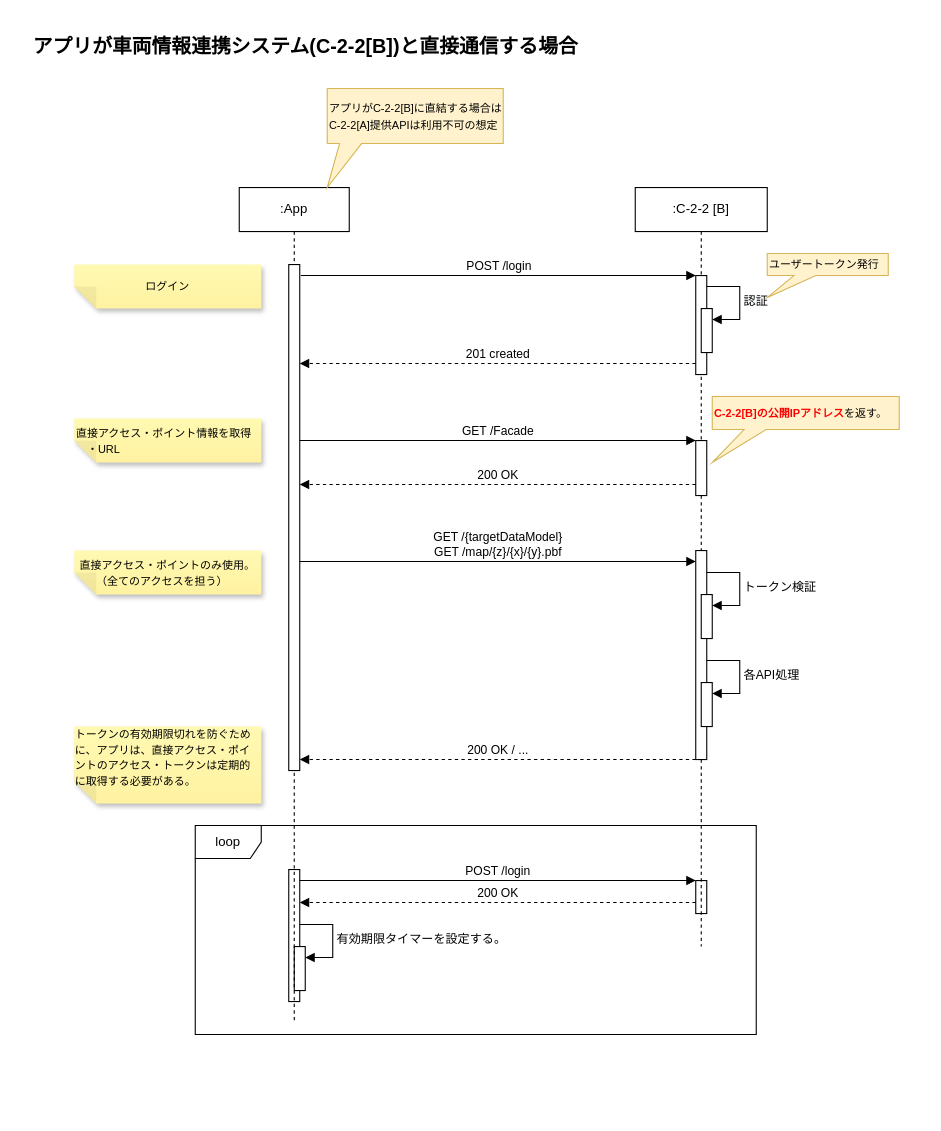
This is page "C-2-2[B]直結時のシーケンス" (2 of 5) of models/c-2-2-api-sequences.drawio from Sportacandy/C-2-2API, a draw.io file, before an edit. Source tidied: cells renumbered, new cells numbered last; positions are measured from the earlier drawing's top-left corner, leaving out a move shared by most shapes. Both pictures are drawn from the tidied source at 110%, with x=0, y=0 at pixel (19, 22).
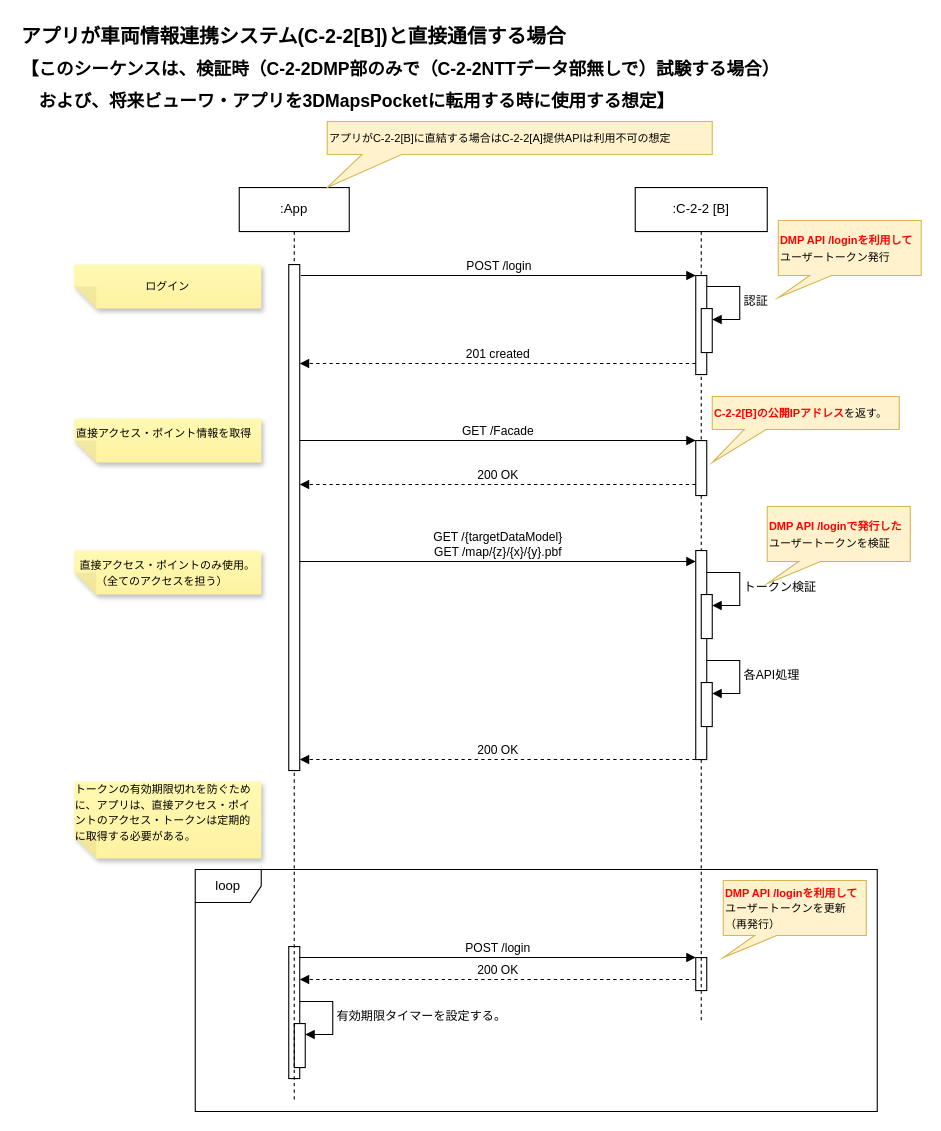
After the change.

Diff of the diagram source:
```diff
@@
     <mxCell id="2" style="html=1;points=[[0,0,0,0,5],[0,1,0,0,-5],[1,0,0,0,5],[1,1,0,0,-5]];perimeter=orthogonalPerimeter;outlineConnect=0;targetShapes=umlLifeline;portConstraint=eastwest;newEdgeStyle={&quot;curved&quot;:0,&quot;rounded&quot;:0};" parent="1" vertex="1">
-      <mxGeometry x="245" y="770" width="10" height="120" as="geometry" />
+      <mxGeometry x="245" y="840" width="10" height="120" as="geometry" />
     </mxCell>
     <mxCell id="3" style="html=1;points=[[0,0,0,0,5],[0,1,0,0,-5],[1,0,0,0,5],[1,1,0,0,-5]];perimeter=orthogonalPerimeter;outlineConnect=0;targetShapes=umlLifeline;portConstraint=eastwest;newEdgeStyle={&quot;curved&quot;:0,&quot;rounded&quot;:0};" parent="1" vertex="1">
-      <mxGeometry x="615" y="780" width="10" height="30" as="geometry" />
+      <mxGeometry x="615" y="850" width="10" height="30" as="geometry" />
     </mxCell>
     <mxCell id="4" value="POST /login" style="html=1;verticalAlign=bottom;endArrow=block;edgeStyle=elbowEdgeStyle;elbow=horizontal;curved=0;rounded=0;" parent="1" edge="1" source="2" target="3">
       <mxGeometry relative="1" as="geometry">
         <Array as="points">
-          <mxPoint x="525" y="780" />
+          <mxPoint x="525" y="850" />
         </Array>
       </mxGeometry>
     </mxCell>
     <mxCell id="5" value="200 OK" style="html=1;verticalAlign=bottom;endArrow=block;edgeStyle=elbowEdgeStyle;elbow=vertical;curved=0;rounded=0;dashed=1;" parent="1" edge="1" source="3" target="2">
       <mxGeometry relative="1" as="geometry">
         <Array as="points">
-          <mxPoint x="530" y="800" />
+          <mxPoint x="530" y="870" />
         </Array>
       </mxGeometry>
     </mxCell>
     <mxCell id="6" value="loop" style="shape=umlFrame;whiteSpace=wrap;html=1;" parent="1" vertex="1">
-      <mxGeometry x="160" y="730" width="510" height="190" as="geometry" />
+      <mxGeometry x="160" y="770" width="620" height="220" as="geometry" />
     </mxCell>
     <mxCell id="7" style="html=1;points=[[0,0,0,0,5],[0,1,0,0,-5],[1,0,0,0,5],[1,1,0,0,-5]];perimeter=orthogonalPerimeter;outlineConnect=0;targetShapes=umlLifeline;portConstraint=eastwest;newEdgeStyle={&quot;curved&quot;:0,&quot;rounded&quot;:0};" parent="1" vertex="1">
-      <mxGeometry x="250" y="840" width="10" height="40" as="geometry" />
+      <mxGeometry x="250" y="910" width="10" height="40" as="geometry" />
     </mxCell>
     <mxCell id="8" value="有効期限タイマーを設定する。" style="html=1;align=left;spacingLeft=2;endArrow=block;rounded=0;edgeStyle=orthogonalEdgeStyle;curved=0;rounded=0;" parent="1" edge="1" target="7">
       <mxGeometry relative="1" as="geometry">
-        <mxPoint x="255" y="820" as="sourcePoint" />
+        <mxPoint x="255" y="890" as="sourcePoint" />
         <Array as="points">
-          <mxPoint x="285" y="850" />
+          <mxPoint x="285" y="920" />
         </Array>
       </mxGeometry>
     </mxCell>
     <mxCell id="9" value="&lt;div style=&quot;text-align: left;&quot;&gt;&lt;span style=&quot;font-size: 10px;&quot;&gt;トークンの有効期限切れを防ぐために、アプリは、&lt;/span&gt;&lt;span style=&quot;font-size: 10px; background-color: initial;&quot;&gt;直接アクセス・ポイントのアクセス・トークンは定期的に取得する必要がある。&lt;/span&gt;&lt;/div&gt;&lt;div style=&quot;text-align: left;&quot;&gt;&lt;span style=&quot;font-size: 10px; background-color: initial;&quot;&gt;&lt;br&gt;&lt;/span&gt;&lt;/div&gt;" style="shape=note;whiteSpace=wrap;html=1;backgroundOutline=1;fontColor=#000000;darkOpacity=0.05;fillColor=#FFF9B2;strokeColor=none;fillStyle=solid;direction=west;gradientDirection=north;gradientColor=#FFF2A1;shadow=1;size=20;" parent="1" vertex="1">
-      <mxGeometry x="50" y="640" width="170" height="70" as="geometry" />
+      <mxGeometry x="50" y="690" width="170" height="70" as="geometry" />
     </mxCell>
     <mxCell id="10" value=":App" style="shape=umlLifeline;perimeter=lifelinePerimeter;whiteSpace=wrap;html=1;newEdgeStyle={&quot;edgeStyle&quot;:&quot;elbowEdgeStyle&quot;,&quot;elbow&quot;:&quot;vertical&quot;,&quot;curved&quot;:0,&quot;rounded&quot;:0};" parent="1" vertex="1">
-      <mxGeometry x="200" y="150" width="100" height="760" as="geometry" />
+      <mxGeometry x="200" y="150" width="100" height="830" as="geometry" />
     </mxCell>
@@
     <mxCell id="14" value=":C-2-2 [B]" style="shape=umlLifeline;perimeter=lifelinePerimeter;whiteSpace=wrap;html=1;newEdgeStyle={&quot;edgeStyle&quot;:&quot;elbowEdgeStyle&quot;,&quot;elbow&quot;:&quot;vertical&quot;,&quot;curved&quot;:0,&quot;rounded&quot;:0};" parent="1" vertex="1">
-      <mxGeometry x="560" y="150" width="120" height="690" as="geometry" />
+      <mxGeometry x="560" y="150" width="120" height="760" as="geometry" />
     </mxCell>
@@
-    <mxCell id="28" value="200 OK / ..." style="html=1;verticalAlign=bottom;endArrow=block;edgeStyle=elbowEdgeStyle;elbow=vertical;curved=0;rounded=0;dashed=1;" parent="1" edge="1">
+    <mxCell id="28" value="200 OK" style="html=1;verticalAlign=bottom;endArrow=block;edgeStyle=elbowEdgeStyle;elbow=vertical;curved=0;rounded=0;dashed=1;" parent="1" edge="1">
       <mxGeometry relative="1" as="geometry">
         <mxPoint x="615" y="670" as="sourcePoint" />
         <mxPoint x="255" y="670" as="targetPoint" />
         <Array as="points">
           <mxPoint x="535" y="670" />
         </Array>
       </mxGeometry>
     </mxCell>
@@
-    <mxCell id="30" value="&lt;font style=&quot;font-size: 18px;&quot;&gt;アプリが車両情報連携システム(C-2-2[B])と直接通信する場合&lt;/font&gt;" style="text;strokeColor=none;fillColor=none;html=1;fontSize=24;fontStyle=1;verticalAlign=middle;align=center;" parent="1" vertex="1">
-      <mxGeometry width="520" height="40" as="geometry" />
+    <mxCell id="30" value="&lt;font style=&quot;font-size: 18px;&quot;&gt;アプリが車両情報連携システム(C-2-2[B])と直接通信する場合&lt;/font&gt;&lt;div&gt;&lt;font style=&quot;font-size: 16px;&quot;&gt;【このシーケンスは、検証時（C-2-2DMP部のみで（C-2-2NTTデータ部無しで）試験する場合）&lt;/font&gt;&lt;/div&gt;&lt;div&gt;&lt;font style=&quot;font-size: 16px;&quot;&gt;　および、将来ビューワ・アプリを3DMapsPocketに転用する時に使用する想定】&lt;/font&gt;&lt;/div&gt;" style="text;strokeColor=none;fillColor=none;html=1;fontSize=24;fontStyle=1;verticalAlign=middle;align=left;" parent="1" vertex="1">
+      <mxGeometry width="790" height="80" as="geometry" />
     </mxCell>
@@
-    <mxCell id="32" value="&lt;span style=&quot;text-align: center;&quot;&gt;&lt;font style=&quot;font-size: 10px;&quot;&gt;アプリがC-2-2[B]に直結する場合はC-2-2[A]提供APIは利用不可の想定&lt;/font&gt;&lt;/span&gt;" style="shape=callout;whiteSpace=wrap;html=1;perimeter=calloutPerimeter;position2=0;fillColor=#fff2cc;strokeColor=#d6b656;align=left;size=40;position=0.07;base=20;" parent="1" vertex="1">
-      <mxGeometry x="280" y="60" width="160" height="90" as="geometry" />
+    <mxCell id="32" value="&lt;span style=&quot;text-align: center;&quot;&gt;&lt;font style=&quot;font-size: 10px;&quot;&gt;アプリがC-2-2[B]に直結する場合はC-2-2[A]提供APIは利用不可の想定&lt;/font&gt;&lt;/span&gt;" style="shape=callout;whiteSpace=wrap;html=1;perimeter=calloutPerimeter;position2=0;fillColor=#fff2cc;strokeColor=#d6b656;align=left;size=30;position=0.09;base=36;" parent="1" vertex="1">
+      <mxGeometry x="280" y="90" width="350" height="60" as="geometry" />
     </mxCell>
-    <mxCell id="33" value="&lt;div style=&quot;&quot;&gt;&lt;span style=&quot;font-size: 10px; background-color: initial;&quot;&gt;直接アクセス・ポイント情報を取得&lt;/span&gt;&lt;/div&gt;&lt;font style=&quot;font-size: 10px;&quot;&gt;　・URL&lt;/font&gt;" style="shape=note;whiteSpace=wrap;html=1;backgroundOutline=1;fontColor=#000000;darkOpacity=0.05;fillColor=#FFF9B2;strokeColor=none;fillStyle=solid;direction=west;gradientDirection=north;gradientColor=#FFF2A1;shadow=1;size=20;align=left;" parent="1" vertex="1">
+    <mxCell id="33" value="&lt;div style=&quot;&quot;&gt;&lt;span style=&quot;font-size: 10px; background-color: initial;&quot;&gt;直接アクセス・ポイント情報を取得&lt;/span&gt;&lt;/div&gt;&lt;font style=&quot;font-size: 10px;&quot;&gt;　&lt;/font&gt;" style="shape=note;whiteSpace=wrap;html=1;backgroundOutline=1;fontColor=#000000;darkOpacity=0.05;fillColor=#FFF9B2;strokeColor=none;fillStyle=solid;direction=west;gradientDirection=north;gradientColor=#FFF2A1;shadow=1;size=20;align=left;" parent="1" vertex="1">
       <mxGeometry x="50" y="360" width="170" height="40" as="geometry" />
     </mxCell>
-    <mxCell id="34" value="&lt;span style=&quot;font-size: 10px;&quot;&gt;ユーザートークン発行&lt;/span&gt;" style="shape=callout;whiteSpace=wrap;html=1;perimeter=calloutPerimeter;position2=0;fillColor=#fff2cc;strokeColor=#d6b656;align=left;size=20;position=0.22;" parent="1" vertex="1">
-      <mxGeometry x="680" y="210" width="110" height="40" as="geometry" />
+    <mxCell id="34" value="&lt;span style=&quot;font-size: 10px;&quot;&gt;&lt;b&gt;&lt;font color=&quot;#ff0000&quot;&gt;DMP API /loginを利用して&lt;/font&gt;&lt;/b&gt;ユーザートークン発行&lt;/span&gt;" style="shape=callout;whiteSpace=wrap;html=1;perimeter=calloutPerimeter;position2=0;fillColor=#fff2cc;strokeColor=#d6b656;align=left;size=20;position=0.22;" parent="1" vertex="1">
+      <mxGeometry x="690" y="180" width="130" height="70" as="geometry" />
     </mxCell>
+    <mxCell id="35" value="&lt;span style=&quot;font-size: 10px;&quot;&gt;&lt;b&gt;&lt;font color=&quot;#ff0000&quot;&gt;DMP API /loginで発行した&lt;/font&gt;&lt;/b&gt;ユーザートークンを検証&lt;/span&gt;" style="shape=callout;whiteSpace=wrap;html=1;perimeter=calloutPerimeter;position2=0;fillColor=#fff2cc;strokeColor=#d6b656;align=left;size=20;position=0.22;" parent="1" vertex="1">
+      <mxGeometry x="680" y="440" width="130" height="70" as="geometry" />
+    </mxCell>
+    <mxCell id="36" value="&lt;span style=&quot;font-size: 10px;&quot;&gt;&lt;b&gt;&lt;font color=&quot;#ff0000&quot;&gt;DMP API /loginを利用して&lt;/font&gt;&lt;/b&gt;ユーザートークンを更新（再発行）&lt;/span&gt;" style="shape=callout;whiteSpace=wrap;html=1;perimeter=calloutPerimeter;position2=0;fillColor=#fff2cc;strokeColor=#d6b656;align=left;size=20;position=0.22;" parent="1" vertex="1">
+      <mxGeometry x="640" y="780" width="130" height="70" as="geometry" />
+    </mxCell>
```
